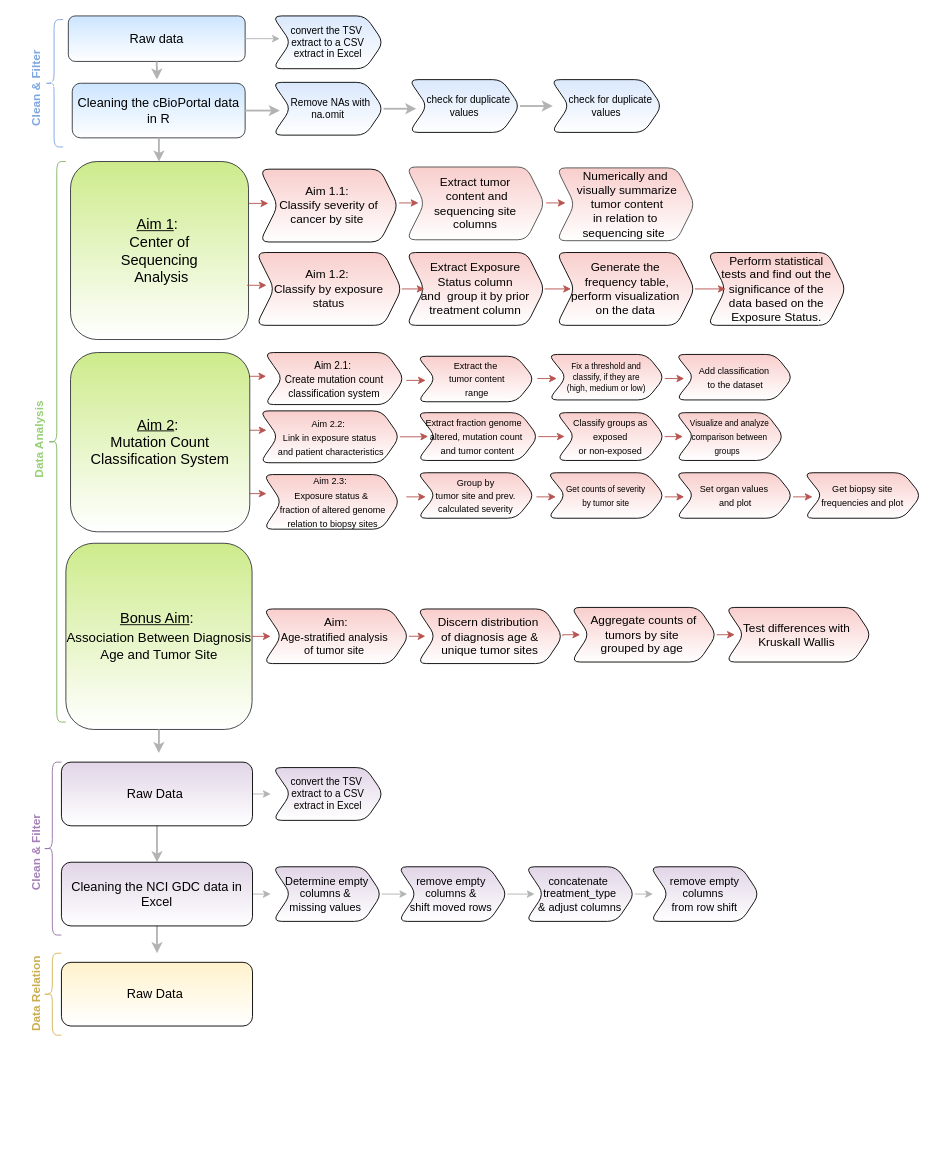
Above: Pipeline_Image.drawio in aiy-wish/Data-Wrangling-Project (draw.io), before the change. Source tidied: cells renumbered, new cells numbered last; positions are measured from the earlier drawing's top-left corner, leaving out a move shared by most shapes. Both pictures are drawn from the tidied source at 91%, with x=0, y=0 at pixel (-10, 15).
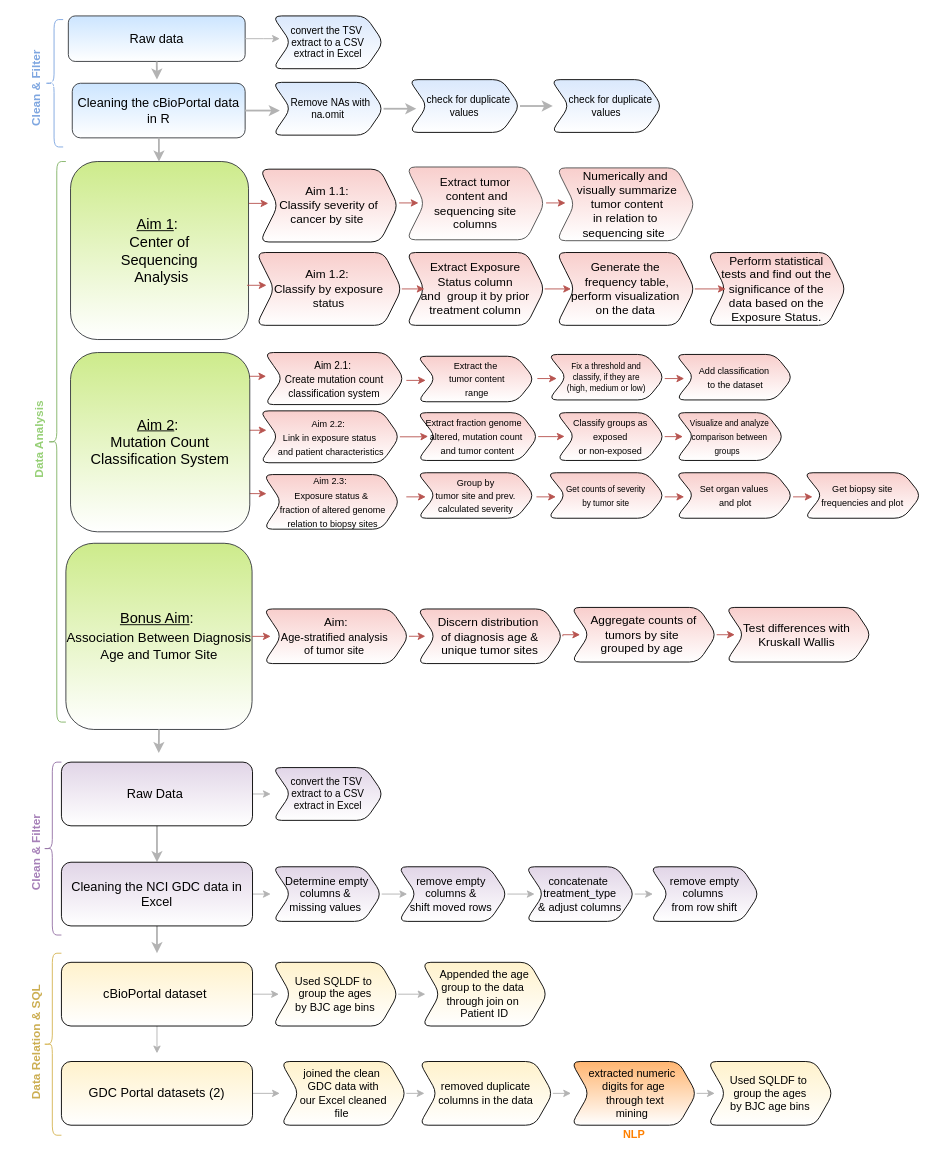
After the change.

Change to the diagram source:
```diff
@@
+    <mxCell id="94" style="edgeStyle=orthogonalEdgeStyle;rounded=0;jettySize=auto;html=1;exitX=1;exitY=0.5;exitDx=0;exitDy=0;fontSize=12;strokeColor=#B3B3B3;" parent="1" edge="1" source="66">
+      <mxGeometry relative="1" as="geometry">
+        <mxPoint x="317" y="1075" as="targetPoint" />
+      </mxGeometry>
+    </mxCell>
+    <mxCell id="95" style="edgeStyle=orthogonalEdgeStyle;rounded=0;jettySize=auto;html=1;exitX=0.5;exitY=1;exitDx=0;exitDy=0;fontSize=12;strokeColor=#B3B3B3;" parent="1" edge="1" source="66">
+      <mxGeometry relative="1" as="geometry">
+        <mxPoint x="183" y="1140" as="targetPoint" />
+      </mxGeometry>
+    </mxCell>
-    <mxCell id="66" value="Raw Data&amp;nbsp;" style="rounded=1;whiteSpace=wrap;html=1;fontSize=14;strokeColor=default;fillColor=#fff2cc;align=center;gradientColor=#ffffff;" parent="1" vertex="1">
+    <mxCell id="66" value="cBioPortal dataset&amp;nbsp;" style="rounded=1;whiteSpace=wrap;html=1;fontSize=14;strokeColor=default;fillColor=#fff2cc;align=center;gradientColor=#ffffff;" parent="1" vertex="1">
       <mxGeometry x="78" y="1040" width="210" height="70" as="geometry" />
     </mxCell>
     <mxCell id="67" style="shape=curlyBracket;whiteSpace=wrap;html=1;rounded=1;fontSize=14;strokeColor=#d6b656;fillColor=#fff2cc;align=center;" parent="1" vertex="1">
-      <mxGeometry x="58" y="1030" width="20" height="90" as="geometry" />
+      <mxGeometry x="58" y="1030" width="20" height="200" as="geometry" />
     </mxCell>
@@
-    <mxCell id="69" value="&lt;b&gt;Data Relation&lt;br&gt;&lt;/b&gt;" style="text;html=1;align=center;verticalAlign=middle;fontSize=13;rotation=-90;fontColor=#CCAE52;" parent="1" vertex="1">
-      <mxGeometry y="1065" width="100" height="20" as="geometry" />
+    <mxCell id="69" value="&lt;b&gt;&amp;nbsp;Data Relation &amp;amp; SQL&lt;br&gt;&lt;/b&gt;" style="text;html=1;align=center;verticalAlign=middle;fontSize=13;rotation=-90;fontColor=#CCAE52;" parent="1" vertex="1">
+      <mxGeometry x="-25" y="1120" width="150" height="20" as="geometry" />
     </mxCell>
@@
+    <mxCell id="96" style="edgeStyle=orthogonalEdgeStyle;rounded=0;jettySize=auto;html=1;exitX=1;exitY=0.5;exitDx=0;exitDy=0;fontSize=12;strokeColor=#B3B3B3;" parent="1" edge="1" source="97">
+      <mxGeometry relative="1" as="geometry">
+        <mxPoint x="478" y="1075" as="targetPoint" />
+      </mxGeometry>
+    </mxCell>
+    <mxCell id="97" value="Used SQLDF to&amp;nbsp;&lt;br&gt;group the ages&lt;br&gt;by BJC age bins" style="shape=step;perimeter=stepPerimeter;whiteSpace=wrap;html=1;fixedSize=1;fontSize=12;strokeColor=default;rounded=1;fillColor=#fff2cc;gradientColor=#ffffff;" parent="1" vertex="1">
+      <mxGeometry x="310" y="1040" width="138" height="70" as="geometry" />
+    </mxCell>
+    <mxCell id="98" value="Appended the age&lt;br&gt;group to the data&amp;nbsp;&lt;br&gt;through join on&amp;nbsp;&lt;br&gt;Patient ID" style="shape=step;perimeter=stepPerimeter;whiteSpace=wrap;html=1;fixedSize=1;fontSize=12;strokeColor=default;rounded=1;fillColor=#fff2cc;gradientColor=#ffffff;" parent="1" vertex="1">
+      <mxGeometry x="474" y="1040" width="138" height="70" as="geometry" />
+    </mxCell>
+    <mxCell id="99" style="edgeStyle=orthogonalEdgeStyle;rounded=0;jettySize=auto;html=1;exitX=1;exitY=0.5;exitDx=0;exitDy=0;fontSize=12;strokeColor=#B3B3B3;" parent="1" edge="1" source="100">
+      <mxGeometry relative="1" as="geometry">
+        <mxPoint x="318" y="1184" as="targetPoint" />
+      </mxGeometry>
+    </mxCell>
+    <mxCell id="100" value="GDC Portal datasets (2)" style="rounded=1;whiteSpace=wrap;html=1;fontSize=14;strokeColor=default;fillColor=#fff2cc;align=center;gradientColor=#ffffff;" parent="1" vertex="1">
+      <mxGeometry x="78" y="1149" width="210" height="70" as="geometry" />
+    </mxCell>
+    <mxCell id="101" style="edgeStyle=orthogonalEdgeStyle;rounded=0;jettySize=auto;html=1;exitX=1;exitY=0.5;exitDx=0;exitDy=0;fontSize=12;fontColor=#FF8000;strokeColor=#B3B3B3;" parent="1" edge="1" source="102">
+      <mxGeometry relative="1" as="geometry">
+        <mxPoint x="796" y="1184" as="targetPoint" />
+      </mxGeometry>
+    </mxCell>
+    <mxCell id="102" value="extracted numeric&amp;nbsp;&lt;br&gt;digits for age&lt;br&gt;&amp;nbsp;through text&lt;br&gt;mining&amp;nbsp;" style="shape=step;perimeter=stepPerimeter;whiteSpace=wrap;html=1;fixedSize=1;fontSize=12;strokeColor=default;rounded=1;fillColor=#FFB570;gradientColor=#ffffff;" parent="1" vertex="1">
+      <mxGeometry x="638" y="1149" width="138" height="70" as="geometry" />
+    </mxCell>
+    <mxCell id="103" value="&lt;font color=&quot;#ff8000&quot;&gt;&lt;b&gt;NLP&lt;/b&gt;&lt;/font&gt;" style="text;html=1;align=center;verticalAlign=middle;strokeColor=none;fillColor=none;fontSize=12;" parent="1" vertex="1">
+      <mxGeometry x="687" y="1219" width="40" height="20" as="geometry" />
+    </mxCell>
+    <mxCell id="104" style="edgeStyle=orthogonalEdgeStyle;rounded=0;jettySize=auto;html=1;exitX=1;exitY=0.5;exitDx=0;exitDy=0;fontSize=12;fontColor=#FF8000;strokeColor=#B3B3B3;" parent="1" edge="1" source="105">
+      <mxGeometry relative="1" as="geometry">
+        <mxPoint x="477" y="1184" as="targetPoint" />
+      </mxGeometry>
+    </mxCell>
+    <mxCell id="105" value="joined the clean&amp;nbsp;&lt;br&gt;GDC data with&lt;br&gt;our Excel cleaned&lt;br&gt;file&amp;nbsp;" style="shape=step;perimeter=stepPerimeter;whiteSpace=wrap;html=1;fixedSize=1;fontSize=12;strokeColor=default;rounded=1;fillColor=#fff2cc;gradientColor=#ffffff;" parent="1" vertex="1">
+      <mxGeometry x="319" y="1149" width="138" height="70" as="geometry" />
+    </mxCell>
+    <mxCell id="106" style="edgeStyle=orthogonalEdgeStyle;rounded=0;jettySize=auto;html=1;exitX=1;exitY=0.5;exitDx=0;exitDy=0;fontSize=12;fontColor=#FF8000;strokeColor=#B3B3B3;" parent="1" edge="1" source="107">
+      <mxGeometry relative="1" as="geometry">
+        <mxPoint x="638" y="1184" as="targetPoint" />
+      </mxGeometry>
+    </mxCell>
+    <mxCell id="107" value="removed duplicate&lt;br&gt;columns in the data" style="shape=step;perimeter=stepPerimeter;whiteSpace=wrap;html=1;fixedSize=1;fontSize=12;strokeColor=default;rounded=1;fillColor=#fff2cc;gradientColor=#ffffff;" parent="1" vertex="1">
+      <mxGeometry x="471" y="1149" width="147" height="70" as="geometry" />
+    </mxCell>
+    <mxCell id="108" value="Used SQLDF to&amp;nbsp;&lt;br&gt;group the ages&lt;br&gt;by BJC age bins" style="shape=step;perimeter=stepPerimeter;whiteSpace=wrap;html=1;fixedSize=1;fontSize=12;strokeColor=default;rounded=1;fillColor=#fff2cc;gradientColor=#ffffff;" parent="1" vertex="1">
+      <mxGeometry x="788" y="1149" width="138" height="70" as="geometry" />
+    </mxCell>
```
